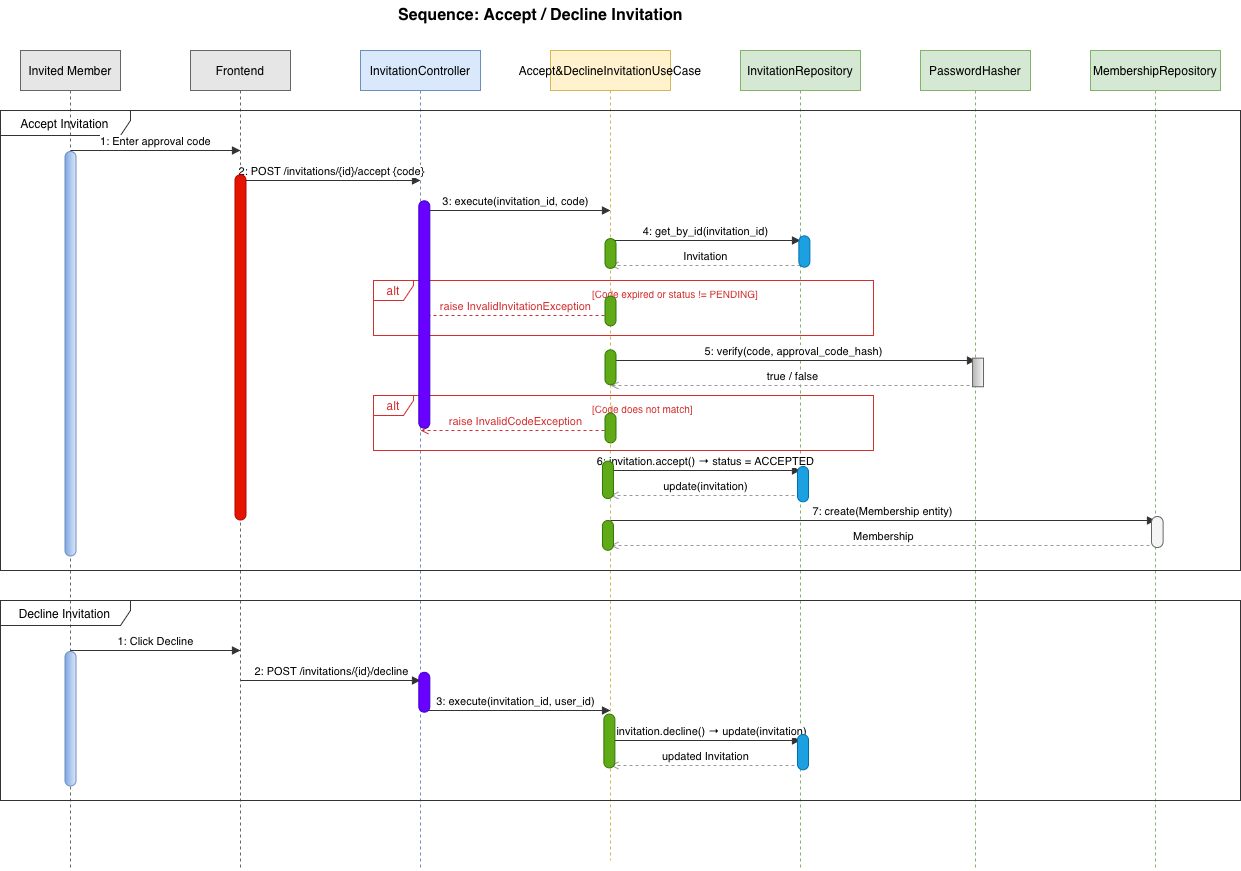
This is diagram report images/sprint1/invitation/accept&declineInvite.drawio.png from omarsoussi/VigileEyeReport, a draw.io export, as it was before one commit. Source tidied: cells renumbered, new cells last; positions are measured from the earlier drawing's top-left corner, leaving out a move shared by most shapes.
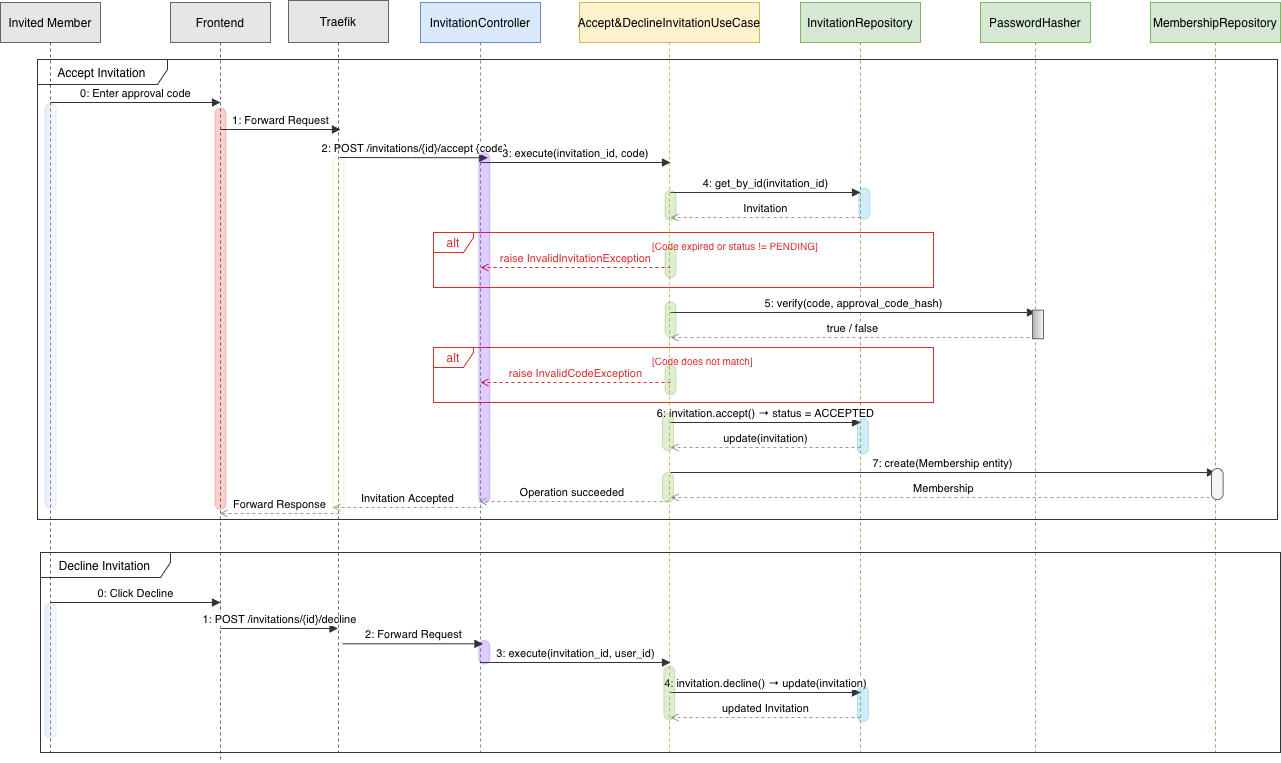
Later version of the same file.

What changed in the source:
```diff
@@ -2,43 +2,40 @@
   <root>
     <mxCell id="0" />
     <mxCell id="1" parent="0" />
-    <mxCell id="2" value="Sequence: Accept / Decline Invitation" style="text;html=1;align=center;verticalAlign=middle;strokeColor=none;fillColor=none;fontSize=16;fontStyle=1;" parent="1" vertex="1">
-      <mxGeometry x="492" width="360" height="30" as="geometry" />
-    </mxCell>
     <mxCell id="3" value="Invited Member" style="shape=umlLifeline;perimeter=lifelinePerimeter;whiteSpace=wrap;html=1;size=40;fillColor=#E6E6E6;strokeColor=#666666;" parent="1" vertex="1">
-      <mxGeometry x="152" y="50" width="100" height="820" as="geometry" />
+      <mxGeometry x="72" y="50" width="100" height="750" as="geometry" />
     </mxCell>
     <mxCell id="4" value="Frontend" style="shape=umlLifeline;perimeter=lifelinePerimeter;whiteSpace=wrap;html=1;size=40;fillColor=#E6E6E6;strokeColor=#666666;" parent="1" vertex="1">
-      <mxGeometry x="322" y="50" width="100" height="820" as="geometry" />
+      <mxGeometry x="242" y="50" width="100" height="760" as="geometry" />
     </mxCell>
     <mxCell id="5" value="InvitationController" style="shape=umlLifeline;perimeter=lifelinePerimeter;whiteSpace=wrap;html=1;size=40;fillColor=#dae8fc;strokeColor=#6c8ebf;" parent="1" vertex="1">
-      <mxGeometry x="492" y="50" width="120" height="820" as="geometry" />
+      <mxGeometry x="492" y="50" width="120" height="750" as="geometry" />
     </mxCell>
     <mxCell id="6" value="Accept&amp;amp;DeclineInvitationUseCase" style="shape=umlLifeline;perimeter=lifelinePerimeter;whiteSpace=wrap;html=1;size=40;fillColor=#fff2cc;strokeColor=#d6b656;" parent="1" vertex="1">
-      <mxGeometry x="682" y="50" width="120" height="810" as="geometry" />
+      <mxGeometry x="651" y="50" width="180" height="750" as="geometry" />
     </mxCell>
     <mxCell id="7" value="InvitationRepository" style="shape=umlLifeline;perimeter=lifelinePerimeter;whiteSpace=wrap;html=1;size=40;fillColor=#d5e8d4;strokeColor=#82b366;" parent="1" vertex="1">
-      <mxGeometry x="872" y="50" width="120" height="820" as="geometry" />
+      <mxGeometry x="872" y="50" width="120" height="750" as="geometry" />
     </mxCell>
     <mxCell id="8" value="PasswordHasher" style="shape=umlLifeline;perimeter=lifelinePerimeter;whiteSpace=wrap;html=1;size=40;fillColor=#d5e8d4;strokeColor=#82b366;" parent="1" vertex="1">
-      <mxGeometry x="1052" y="50" width="110" height="820" as="geometry" />
+      <mxGeometry x="1052" y="50" width="110" height="750" as="geometry" />
     </mxCell>
     <mxCell id="9" value="MembershipRepository" style="shape=umlLifeline;perimeter=lifelinePerimeter;whiteSpace=wrap;html=1;size=40;fillColor=#d5e8d4;strokeColor=#82b366;" parent="1" vertex="1">
-      <mxGeometry x="1222" y="50" width="130" height="820" as="geometry" />
+      <mxGeometry x="1222" y="50" width="130" height="750" as="geometry" />
     </mxCell>
     <mxCell id="10" value="Accept Invitation" style="shape=umlFrame;whiteSpace=wrap;html=1;width=130;height=25;fillColor=none;strokeColor=#333333;" parent="1" vertex="1">
-      <mxGeometry x="132" y="110" width="1240" height="460" as="geometry" />
+      <mxGeometry x="109" y="107" width="1240" height="460" as="geometry" />
     </mxCell>
-    <mxCell id="11" value="1: Enter approval code" style="html=1;verticalAlign=bottom;endArrow=block;endFill=1;rounded=0;strokeColor=#333333;" parent="1" edge="1">
+    <mxCell id="11" value="0: Enter approval code" style="html=1;verticalAlign=bottom;endArrow=block;endFill=1;rounded=0;strokeColor=#333333;" parent="1" edge="1">
       <mxGeometry relative="1" as="geometry">
-        <mxPoint x="202" y="150" as="sourcePoint" />
-        <mxPoint x="372" y="150" as="targetPoint" />
+        <mxPoint x="122" y="150" as="sourcePoint" />
+        <mxPoint x="292" y="150" as="targetPoint" />
       </mxGeometry>
     </mxCell>
-    <mxCell id="12" value="2: POST /invitations/{id}/accept {code}" style="html=1;verticalAlign=bottom;endArrow=block;endFill=1;rounded=0;strokeColor=#333333;" parent="1" edge="1">
+    <mxCell id="12" value="2: POST /invitations/{id}/accept {code}" style="html=1;verticalAlign=bottom;endArrow=block;endFill=1;rounded=0;strokeColor=#333333;entryX=0;entryY=1;entryDx=0;entryDy=0;" parent="1" edge="1">
       <mxGeometry relative="1" as="geometry">
-        <mxPoint x="372" y="180" as="sourcePoint" />
-        <mxPoint x="552" y="180" as="targetPoint" />
+        <mxPoint x="411" y="205" as="sourcePoint" />
+        <mxPoint x="559.3" y="205.3" as="targetPoint" />
       </mxGeometry>
     </mxCell>
     <mxCell id="13" value="3: execute(invitation_id, code)" style="html=1;verticalAlign=bottom;endArrow=block;endFill=1;rounded=0;strokeColor=#333333;" parent="1" edge="1">
@@ -120,18 +117,18 @@
       </mxGeometry>
     </mxCell>
     <mxCell id="28" value="Decline Invitation" style="shape=umlFrame;whiteSpace=wrap;html=1;width=130;height=25;fillColor=none;strokeColor=#333333;" parent="1" vertex="1">
-      <mxGeometry x="132" y="600" width="1240" height="200" as="geometry" />
+      <mxGeometry x="112" y="600" width="1240" height="200" as="geometry" />
     </mxCell>
-    <mxCell id="29" value="1: Click Decline" style="html=1;verticalAlign=bottom;endArrow=block;endFill=1;rounded=0;strokeColor=#333333;" parent="1" edge="1">
+    <mxCell id="29" value="0: Click Decline" style="html=1;verticalAlign=bottom;endArrow=block;endFill=1;rounded=0;strokeColor=#333333;" parent="1" edge="1">
       <mxGeometry relative="1" as="geometry">
-        <mxPoint x="202" y="650" as="sourcePoint" />
-        <mxPoint x="372" y="650" as="targetPoint" />
+        <mxPoint x="122" y="650" as="sourcePoint" />
+        <mxPoint x="292" y="650" as="targetPoint" />
       </mxGeometry>
     </mxCell>
-    <mxCell id="30" value="2: POST /invitations/{id}/decline" style="html=1;verticalAlign=bottom;endArrow=block;endFill=1;rounded=0;strokeColor=#333333;" parent="1" edge="1">
-      <mxGeometry relative="1" as="geometry">
-        <mxPoint x="372" y="680" as="sourcePoint" />
-        <mxPoint x="552" y="680" as="targetPoint" />
+    <mxCell id="30" value="1: POST /invitations/{id}/decline" style="html=1;verticalAlign=bottom;endArrow=block;endFill=1;rounded=0;strokeColor=#333333;" parent="1" edge="1">
+      <mxGeometry x="0.01" relative="1" as="geometry">
+        <mxPoint x="292" y="676" as="sourcePoint" />
+        <mxPoint x="409.5" y="676" as="targetPoint" />
       </mxGeometry>
     </mxCell>
     <mxCell id="31" value="3: execute(invitation_id, user_id)" style="html=1;verticalAlign=bottom;endArrow=block;endFill=1;rounded=0;strokeColor=#333333;" parent="1" edge="1">
@@ -152,49 +149,49 @@
         <mxPoint x="742" y="765" as="targetPoint" />
       </mxGeometry>
     </mxCell>
-    <mxCell id="34" style="rounded=1;whiteSpace=wrap;html=1;rotation=90;arcSize=50;fillColor=#dae8fc;strokeColor=light-dark(#6C8EBF,#A39B34);gradientColor=light-dark(#7EA6E0,#FFFF66);" parent="1" vertex="1">
-      <mxGeometry x="-0.2" y="347.8" width="404.5" height="11" as="geometry" />
+    <mxCell id="34" style="rounded=1;whiteSpace=wrap;html=1;rotation=90;arcSize=50;fillColor=#dae8fc;strokeColor=light-dark(#6C8EBF,#A39B34);gradientColor=light-dark(#7EA6E0,#FFFF66);opacity=20;" parent="1" vertex="1">
+      <mxGeometry x="-80.2" y="347.8" width="404.5" height="11" as="geometry" />
     </mxCell>
-    <mxCell id="35" style="rounded=1;whiteSpace=wrap;html=1;rotation=90;arcSize=50;fillColor=#dae8fc;strokeColor=light-dark(#6C8EBF,#A39B34);gradientColor=light-dark(#7EA6E0,#FFFF66);" parent="1" vertex="1">
-      <mxGeometry x="134.8" y="712.8" width="134.5" height="11" as="geometry" />
+    <mxCell id="35" style="rounded=1;whiteSpace=wrap;html=1;rotation=90;arcSize=50;fillColor=#dae8fc;strokeColor=light-dark(#6C8EBF,#A39B34);gradientColor=light-dark(#7EA6E0,#FFFF66);opacity=20;" parent="1" vertex="1">
+      <mxGeometry x="54.8" y="712.8" width="134.5" height="11" as="geometry" />
     </mxCell>
-    <mxCell id="36" style="rounded=1;whiteSpace=wrap;html=1;rotation=90;arcSize=50;fillColor=#e51400;fontColor=#ffffff;strokeColor=#B20000;" parent="1" vertex="1">
-      <mxGeometry x="199.4" y="341.4" width="345.2" height="11" as="geometry" />
+    <mxCell id="36" style="rounded=1;whiteSpace=wrap;html=1;rotation=90;arcSize=50;fillColor=#e51400;fontColor=#ffffff;strokeColor=#B20000;opacity=20;" parent="1" vertex="1">
+      <mxGeometry x="91.3" y="350.7" width="401.3" height="11" as="geometry" />
     </mxCell>
-    <mxCell id="37" style="rounded=1;whiteSpace=wrap;html=1;rotation=90;arcSize=50;fillColor=#6a00ff;fontColor=#ffffff;strokeColor=#3700CC;" parent="1" vertex="1">
-      <mxGeometry x="442.1" y="308.5" width="227.4" height="11" as="geometry" />
+    <mxCell id="37" style="rounded=1;whiteSpace=wrap;html=1;rotation=90;arcSize=50;fillColor=#6a00ff;fontColor=#ffffff;strokeColor=#3700CC;opacity=20;" parent="1" vertex="1">
+      <mxGeometry x="380.9" y="369.8" width="349.9" height="11" as="geometry" />
     </mxCell>
-    <mxCell id="38" style="rounded=1;whiteSpace=wrap;html=1;rotation=90;arcSize=50;fillColor=#6a00ff;fontColor=#ffffff;strokeColor=#3700CC;" parent="1" vertex="1">
-      <mxGeometry x="535.9" y="686.2" width="39.9" height="11" as="geometry" />
+    <mxCell id="38" style="rounded=1;whiteSpace=wrap;html=1;rotation=90;arcSize=50;fillColor=#6a00ff;fontColor=#ffffff;strokeColor=#3700CC;opacity=20;" parent="1" vertex="1">
+      <mxGeometry x="544" y="694.3" width="23.8" height="11" as="geometry" />
     </mxCell>
-    <mxCell id="39" style="rounded=1;whiteSpace=wrap;html=1;rotation=90;arcSize=50;fillColor=#60a917;fontColor=#ffffff;strokeColor=#2D7600;" parent="1" vertex="1">
+    <mxCell id="39" style="rounded=1;whiteSpace=wrap;html=1;rotation=90;arcSize=50;fillColor=#60a917;fontColor=#ffffff;strokeColor=#2D7600;opacity=20;" parent="1" vertex="1">
       <mxGeometry x="727.1" y="247.5" width="29.8" height="11" as="geometry" />
     </mxCell>
-    <mxCell id="40" style="rounded=1;whiteSpace=wrap;html=1;rotation=90;arcSize=50;fillColor=#60a917;fontColor=#ffffff;strokeColor=#2D7600;" parent="1" vertex="1">
+    <mxCell id="40" style="rounded=1;whiteSpace=wrap;html=1;rotation=90;arcSize=50;fillColor=#60a917;fontColor=#ffffff;strokeColor=#2D7600;opacity=20;" parent="1" vertex="1">
       <mxGeometry x="724.6" y="361.3" width="34.9" height="11" as="geometry" />
     </mxCell>
-    <mxCell id="41" style="rounded=1;whiteSpace=wrap;html=1;rotation=90;arcSize=50;fillColor=#60a917;fontColor=#ffffff;strokeColor=#2D7600;" parent="1" vertex="1">
+    <mxCell id="41" style="rounded=1;whiteSpace=wrap;html=1;rotation=90;arcSize=50;fillColor=#60a917;fontColor=#ffffff;strokeColor=#2D7600;opacity=20;" parent="1" vertex="1">
       <mxGeometry x="727.1" y="305" width="29.8" height="11" as="geometry" />
     </mxCell>
-    <mxCell id="42" style="rounded=1;whiteSpace=wrap;html=1;rotation=90;arcSize=50;fillColor=#60a917;fontColor=#ffffff;strokeColor=#2D7600;" parent="1" vertex="1">
+    <mxCell id="42" style="rounded=1;whiteSpace=wrap;html=1;rotation=90;arcSize=50;fillColor=#60a917;fontColor=#ffffff;strokeColor=#2D7600;opacity=20;" parent="1" vertex="1">
       <mxGeometry x="727.1" y="422" width="29.8" height="11" as="geometry" />
     </mxCell>
-    <mxCell id="43" style="rounded=1;whiteSpace=wrap;html=1;rotation=90;arcSize=50;fillColor=#60a917;fontColor=#ffffff;strokeColor=#2D7600;" parent="1" vertex="1">
+    <mxCell id="43" style="rounded=1;whiteSpace=wrap;html=1;rotation=90;arcSize=50;fillColor=#60a917;fontColor=#ffffff;strokeColor=#2D7600;opacity=20;" parent="1" vertex="1">
       <mxGeometry x="720.7" y="473.8" width="37.4" height="11" as="geometry" />
     </mxCell>
-    <mxCell id="44" style="rounded=1;whiteSpace=wrap;html=1;rotation=90;arcSize=50;fillColor=#60a917;fontColor=#ffffff;strokeColor=#2D7600;" parent="1" vertex="1">
+    <mxCell id="44" style="rounded=1;whiteSpace=wrap;html=1;rotation=90;arcSize=50;fillColor=#60a917;fontColor=#ffffff;strokeColor=#2D7600;opacity=20;" parent="1" vertex="1">
       <mxGeometry x="724.6" y="529.4" width="29.8" height="11" as="geometry" />
     </mxCell>
-    <mxCell id="45" style="rounded=1;whiteSpace=wrap;html=1;rotation=90;arcSize=50;fillColor=#60a917;fontColor=#ffffff;strokeColor=#2D7600;" parent="1" vertex="1">
+    <mxCell id="45" style="rounded=1;whiteSpace=wrap;html=1;rotation=90;arcSize=50;fillColor=#60a917;fontColor=#ffffff;strokeColor=#2D7600;opacity=20;" parent="1" vertex="1">
       <mxGeometry x="714" y="735" width="53.8" height="11" as="geometry" />
     </mxCell>
-    <mxCell id="46" style="rounded=1;whiteSpace=wrap;html=1;rotation=90;arcSize=50;fillColor=#1ba1e2;fontColor=#ffffff;strokeColor=#006EAF;" parent="1" vertex="1">
+    <mxCell id="46" style="rounded=1;whiteSpace=wrap;html=1;rotation=90;arcSize=50;fillColor=#1ba1e2;fontColor=#ffffff;strokeColor=#006EAF;opacity=20;" parent="1" vertex="1">
       <mxGeometry x="920.2" y="245.5" width="31.3" height="11" as="geometry" />
     </mxCell>
-    <mxCell id="47" value="&lt;span style=&quot;caret-color: rgba(0, 0, 0, 0); color: rgba(0, 0, 0, 0); font-family: monospace; font-size: 0px; text-align: start; white-space: nowrap;&quot;&gt;%3CmxGraphModel%3E%3Croot%3E%3CmxCell%20id%3D%220%22%2F%3E%3CmxCell%20id%3D%221%22%20parent%3D%220%22%2F%3E%3CmxCell%20id%3D%222%22%20parent%3D%221%22%20style%3D%22rounded%3D1%3BwhiteSpace%3Dwrap%3Bhtml%3D1%3Brotation%3D90%3BarcSize%3D50%3BfillColor%3D%231ba1e2%3BfontColor%3D%23ffffff%3BstrokeColor%3D%23006EAF%3B%22%20value%3D%22%22%20vertex%3D%221%22%3E%3CmxGeometry%20height%3D%2211%22%20width%3D%22114.26%22%20x%3D%22672.87%22%20y%3D%22272.87%22%20as%3D%22geometry%22%2F%3E%3C%2FmxCell%3E%3C%2Froot%3E%3C%2FmxGraphModel%3E&lt;/span&gt;" style="rounded=1;whiteSpace=wrap;html=1;rotation=90;arcSize=50;fillColor=#1ba1e2;fontColor=#ffffff;strokeColor=#006EAF;" parent="1" vertex="1">
+    <mxCell id="47" value="&lt;span style=&quot;caret-color: rgba(0, 0, 0, 0); color: rgba(0, 0, 0, 0); font-family: monospace; font-size: 0px; text-align: start; white-space: nowrap;&quot;&gt;%3CmxGraphModel%3E%3Croot%3E%3CmxCell%20id%3D%220%22%2F%3E%3CmxCell%20id%3D%221%22%20parent%3D%220%22%2F%3E%3CmxCell%20id%3D%222%22%20parent%3D%221%22%20style%3D%22rounded%3D1%3BwhiteSpace%3Dwrap%3Bhtml%3D1%3Brotation%3D90%3BarcSize%3D50%3BfillColor%3D%231ba1e2%3BfontColor%3D%23ffffff%3BstrokeColor%3D%23006EAF%3B%22%20value%3D%22%22%20vertex%3D%221%22%3E%3CmxGeometry%20height%3D%2211%22%20width%3D%22114.26%22%20x%3D%22672.87%22%20y%3D%22272.87%22%20as%3D%22geometry%22%2F%3E%3C%2FmxCell%3E%3C%2Froot%3E%3C%2FmxGraphModel%3E&lt;/span&gt;" style="rounded=1;whiteSpace=wrap;html=1;rotation=90;arcSize=50;fillColor=#1ba1e2;fontColor=#ffffff;strokeColor=#006EAF;opacity=20;" parent="1" vertex="1">
       <mxGeometry x="916.9" y="478.1" width="35.3" height="11" as="geometry" />
     </mxCell>
-    <mxCell id="48" value="&lt;span style=&quot;caret-color: rgba(0, 0, 0, 0); color: rgba(0, 0, 0, 0); font-family: monospace; font-size: 0px; text-align: start; white-space: nowrap;&quot;&gt;%3CmxGraphModel%3E%3Croot%3E%3CmxCell%20id%3D%220%22%2F%3E%3CmxCell%20id%3D%221%22%20parent%3D%220%22%2F%3E%3CmxCell%20id%3D%222%22%20parent%3D%221%22%20style%3D%22rounded%3D1%3BwhiteSpace%3Dwrap%3Bhtml%3D1%3Brotation%3D90%3BarcSize%3D50%3BfillColor%3D%231ba1e2%3BfontColor%3D%23ffffff%3BstrokeColor%3D%23006EAF%3B%22%20value%3D%22%22%20vertex%3D%221%22%3E%3CmxGeometry%20height%3D%2211%22%20width%3D%22114.26%22%20x%3D%22672.87%22%20y%3D%22272.87%22%20as%3D%22geometry%22%2F%3E%3C%2FmxCell%3E%3C%2Froot%3E%3C%2FmxGraphModel%3E&lt;/span&gt;" style="rounded=1;whiteSpace=wrap;html=1;rotation=90;arcSize=50;fillColor=#1ba1e2;fontColor=#ffffff;strokeColor=#006EAF;" parent="1" vertex="1">
+    <mxCell id="48" value="&lt;span style=&quot;caret-color: rgba(0, 0, 0, 0); color: rgba(0, 0, 0, 0); font-family: monospace; font-size: 0px; text-align: start; white-space: nowrap;&quot;&gt;%3CmxGraphModel%3E%3Croot%3E%3CmxCell%20id%3D%220%22%2F%3E%3CmxCell%20id%3D%221%22%20parent%3D%220%22%2F%3E%3CmxCell%20id%3D%222%22%20parent%3D%221%22%20style%3D%22rounded%3D1%3BwhiteSpace%3Dwrap%3Bhtml%3D1%3Brotation%3D90%3BarcSize%3D50%3BfillColor%3D%231ba1e2%3BfontColor%3D%23ffffff%3BstrokeColor%3D%23006EAF%3B%22%20value%3D%22%22%20vertex%3D%221%22%3E%3CmxGeometry%20height%3D%2211%22%20width%3D%22114.26%22%20x%3D%22672.87%22%20y%3D%22272.87%22%20as%3D%22geometry%22%2F%3E%3C%2FmxCell%3E%3C%2Froot%3E%3C%2FmxGraphModel%3E&lt;/span&gt;" style="rounded=1;whiteSpace=wrap;html=1;rotation=90;arcSize=50;fillColor=#1ba1e2;fontColor=#ffffff;strokeColor=#006EAF;opacity=20;" parent="1" vertex="1">
       <mxGeometry x="916.8" y="746.2" width="35.3" height="11" as="geometry" />
     </mxCell>
     <mxCell id="49" style="rounded=1;whiteSpace=wrap;html=1;rotation=90;arcSize=0;fillColor=#f5f5f5;strokeColor=#666666;gradientColor=#b3b3b3;" parent="1" vertex="1">
@@ -203,5 +200,41 @@
     <mxCell id="50" style="rounded=1;whiteSpace=wrap;html=1;rotation=90;arcSize=50;fillColor=light-dark(#F5F5F5,#FF9933);strokeColor=light-dark(#666666,#FFB366);gradientColor=none;" parent="1" vertex="1">
       <mxGeometry x="1273.3" y="525.7" width="31.1" height="11.6" as="geometry" />
     </mxCell>
+    <mxCell id="51" value="Traefik" style="shape=umlLifeline;perimeter=lifelinePerimeter;whiteSpace=wrap;html=1;size=42;fillColor=#E6E6E6;strokeColor=#666666;" parent="1" vertex="1">
+      <mxGeometry x="360" y="48" width="100" height="752" as="geometry" />
+    </mxCell>
+    <mxCell id="52" value="1: Forward Request" style="html=1;verticalAlign=bottom;endArrow=block;endFill=1;rounded=0;strokeColor=#333333;" parent="1" edge="1">
+      <mxGeometry relative="1" as="geometry">
+        <mxPoint x="292" y="177" as="sourcePoint" />
+        <mxPoint x="412" y="177" as="targetPoint" />
+      </mxGeometry>
+    </mxCell>
+    <mxCell id="53" value="Forward Response" style="html=1;verticalAlign=bottom;endArrow=open;endFill=0;dashed=1;rounded=0;strokeColor=#999999;" parent="1" edge="1">
+      <mxGeometry relative="1" as="geometry">
+        <mxPoint x="411" y="561" as="sourcePoint" />
+        <mxPoint x="291" y="561" as="targetPoint" />
+      </mxGeometry>
+    </mxCell>
+    <mxCell id="54" value="Operation succeeded&amp;nbsp;" style="html=1;verticalAlign=bottom;endArrow=open;endFill=0;dashed=1;rounded=0;strokeColor=#999999;" parent="1" edge="1">
+      <mxGeometry relative="1" as="geometry">
+        <mxPoint x="740" y="549" as="sourcePoint" />
+        <mxPoint x="550" y="549" as="targetPoint" />
+      </mxGeometry>
+    </mxCell>
+    <mxCell id="55" value="Invitation Accepted" style="html=1;verticalAlign=bottom;endArrow=open;endFill=0;dashed=1;rounded=0;strokeColor=#999999;" parent="1" edge="1">
+      <mxGeometry relative="1" as="geometry">
+        <mxPoint x="554" y="555" as="sourcePoint" />
+        <mxPoint x="404" y="555" as="targetPoint" />
+      </mxGeometry>
+    </mxCell>
+    <mxCell id="56" style="rounded=1;whiteSpace=wrap;html=1;rotation=90;arcSize=50;fillColor=#fff2cc;strokeColor=#d6b656;opacity=20;" parent="1" vertex="1">
+      <mxGeometry x="230.7" y="379" width="358.7" height="11" as="geometry" />
+    </mxCell>
+    <mxCell id="57" value="2: Forward Request" style="html=1;verticalAlign=bottom;endArrow=block;endFill=1;rounded=0;strokeColor=#333333;" parent="1" edge="1">
+      <mxGeometry relative="1" as="geometry">
+        <mxPoint x="414" y="691.3" as="sourcePoint" />
+        <mxPoint x="554.5" y="691.3" as="targetPoint" />
+      </mxGeometry>
+    </mxCell>
   </root>
 </mxGraphModel>
```
